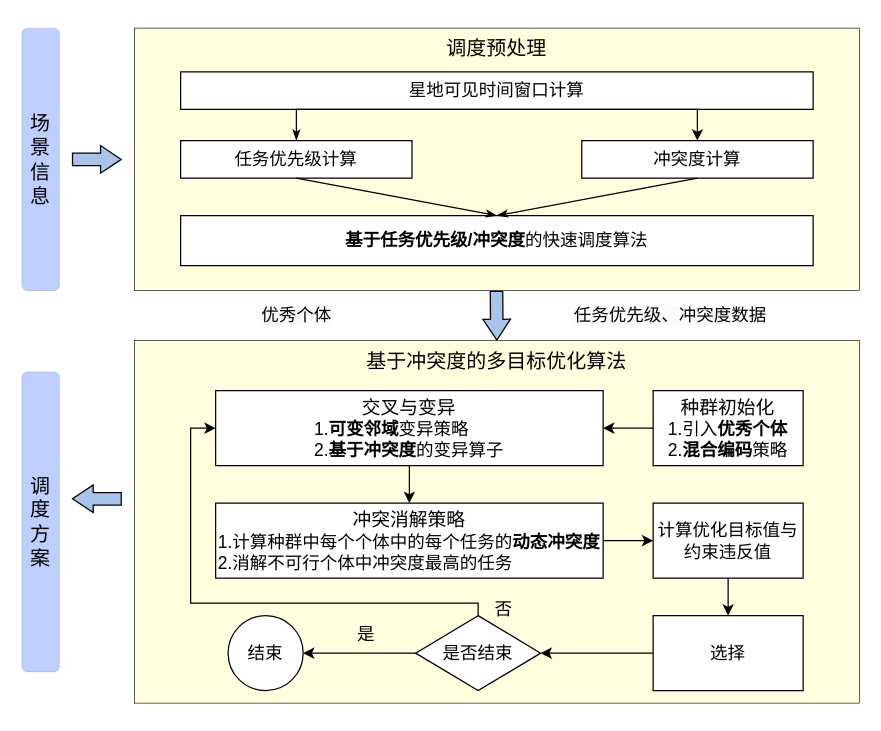
Above: 中文框架图.drawio in Kidulttt/drwaio (draw.io), before the change. Source tidied: cells renumbered, new cells numbered last; positions are measured from the earlier drawing's top-left corner, leaving out a move shared by most shapes. Both pictures are drawn from the tidied source at 125%, with x=0, y=0 at pixel (21, 28).
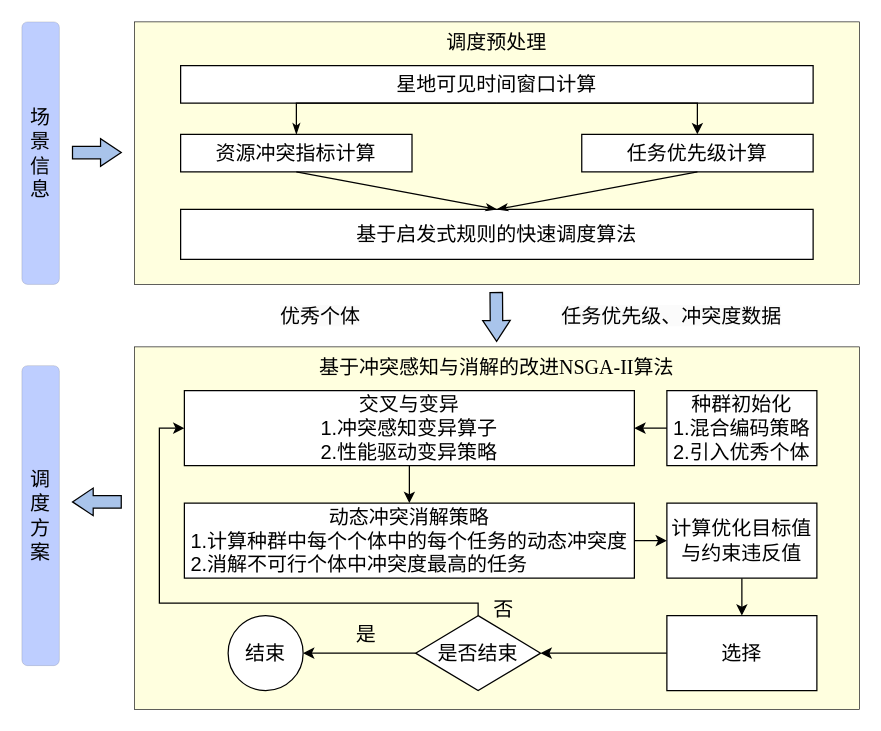
After the change.

Commit message:
更新中文框架图.drawio

Diff of the diagram source:
```diff
@@
     <mxCell id="2" value="场景信息" style="rounded=1;html=1;fillColor=#BECEFF;fontFamily=Helvetica;fontSize=16;strokeWidth=0;whiteSpace=wrap;labelBackgroundColor=none;horizontal=1;verticalAlign=middle;" parent="1" vertex="1">
-      <mxGeometry width="30" height="210" as="geometry" />
+      <mxGeometry y="-5" width="30" height="210" as="geometry" />
     </mxCell>
-    <mxCell id="3" style="shape=flexArrow;endArrow=classic;html=1;rounded=0;endWidth=11.03448275862069;endSize=5.186206896551724;fillColor=#A9C4EB;fontFamily=Helvetica;fontSize=14;" parent="1" edge="1">
+    <mxCell id="3" style="shape=flexArrow;endArrow=classic;html=1;rounded=0;endWidth=11.03448275862069;endSize=5.186206896551724;fillColor=#A9C4EB;fontFamily=Helvetica;fontSize=16;" parent="1" edge="1">
       <mxGeometry relative="1" as="geometry">
-        <mxPoint x="40" y="105" as="sourcePoint" />
-        <mxPoint x="80" y="105" as="targetPoint" />
+        <mxPoint x="40" y="99.5" as="sourcePoint" />
+        <mxPoint x="80" y="99.5" as="targetPoint" />
       </mxGeometry>
     </mxCell>
-    <mxCell id="4" style="shape=flexArrow;endArrow=classic;html=1;rounded=0;endWidth=11.03448275862069;endSize=5.186206896551724;fillColor=#A9C4EB;fontFamily=Helvetica;fontSize=14;" parent="1" edge="1">
+    <mxCell id="4" style="shape=flexArrow;endArrow=classic;html=1;rounded=0;endWidth=11.03448275862069;endSize=5.186206896551724;fillColor=#A9C4EB;fontFamily=Helvetica;fontSize=16;" parent="1" edge="1">
       <mxGeometry relative="1" as="geometry">
-        <mxPoint x="379.7" y="210" as="sourcePoint" />
-        <mxPoint x="380" y="250" as="targetPoint" />
+        <mxPoint x="379.5" y="211" as="sourcePoint" />
+        <mxPoint x="379.8" y="251" as="targetPoint" />
       </mxGeometry>
     </mxCell>
-    <mxCell id="5" value="&lt;span style=&quot;color: rgb(0, 0, 0); font-size: 14px; font-style: normal; font-variant-ligatures: normal; font-variant-caps: normal; font-weight: 400; letter-spacing: normal; orphans: 2; text-align: center; text-indent: 0px; text-transform: none; widows: 2; word-spacing: 0px; -webkit-text-stroke-width: 0px; background-color: rgb(251, 251, 251); text-decoration-thickness: initial; text-decoration-style: initial; text-decoration-color: initial; float: none; display: inline !important;&quot;&gt;优秀个体&lt;/span&gt;" style="text;whiteSpace=wrap;html=1;fontSize=14;verticalAlign=middle;fontFamily=Helvetica;" parent="1" vertex="1">
-      <mxGeometry x="190" y="210" width="140" height="40" as="geometry" />
+    <mxCell id="5" value="&lt;span style=&quot;color: rgb(0, 0, 0); font-size: 16px; font-style: normal; font-variant-ligatures: normal; font-variant-caps: normal; font-weight: 400; letter-spacing: normal; orphans: 2; text-align: center; text-indent: 0px; text-transform: none; widows: 2; word-spacing: 0px; -webkit-text-stroke-width: 0px; background-color: rgb(251, 251, 251); text-decoration-thickness: initial; text-decoration-style: initial; text-decoration-color: initial; float: none; display: inline !important;&quot;&gt;优秀个体&lt;/span&gt;" style="text;whiteSpace=wrap;html=1;fontSize=16;verticalAlign=middle;fontFamily=Helvetica;" parent="1" vertex="1">
+      <mxGeometry x="205" y="210" width="140" height="40" as="geometry" />
     </mxCell>
-    <mxCell id="6" value="&lt;span style=&quot;color: rgb(0, 0, 0); font-size: 14px; font-style: normal; font-variant-ligatures: normal; font-variant-caps: normal; font-weight: 400; letter-spacing: normal; orphans: 2; text-align: center; text-indent: 0px; text-transform: none; widows: 2; word-spacing: 0px; -webkit-text-stroke-width: 0px; background-color: rgb(251, 251, 251); text-decoration-thickness: initial; text-decoration-style: initial; text-decoration-color: initial; float: none; display: inline !important;&quot;&gt;任务优先级、冲突度数据&lt;/span&gt;" style="text;whiteSpace=wrap;html=1;fontSize=14;verticalAlign=middle;fontFamily=Helvetica;" parent="1" vertex="1">
-      <mxGeometry x="440" y="210" width="180" height="40" as="geometry" />
+    <mxCell id="6" value="&lt;span style=&quot;color: rgb(0, 0, 0); font-size: 16px; font-style: normal; font-variant-ligatures: normal; font-variant-caps: normal; font-weight: 400; letter-spacing: normal; orphans: 2; text-align: center; text-indent: 0px; text-transform: none; widows: 2; word-spacing: 0px; -webkit-text-stroke-width: 0px; background-color: rgb(251, 251, 251); text-decoration-thickness: initial; text-decoration-style: initial; text-decoration-color: initial; float: none; display: inline !important;&quot;&gt;任务优先级、冲突度数据&lt;/span&gt;" style="text;whiteSpace=wrap;html=1;fontSize=16;verticalAlign=middle;fontFamily=Helvetica;" parent="1" vertex="1">
+      <mxGeometry x="430" y="210" width="180" height="40" as="geometry" />
     </mxCell>
-    <mxCell id="7" style="group;fontSize=14;fontFamily=Helvetica;" parent="1" vertex="1">
-      <mxGeometry x="505" y="290" width="165" height="250" as="geometry" />
+    <mxCell id="7" style="group;fontSize=16;fontFamily=Helvetica;" parent="1" vertex="1">
+      <mxGeometry x="505" y="295" width="165" height="250" as="geometry" />
     </mxCell>
-    <mxCell id="8" value="&lt;font style=&quot;font-size: 16px;&quot;&gt;基于冲突度的多目标优化算法&lt;/font&gt;" style="rounded=0;whiteSpace=wrap;html=1;fillColor=#ffffdf;strokeWidth=0.5;fontFamily=Helvetica;fontSize=14;verticalAlign=top;" parent="7" vertex="1">
+    <mxCell id="8" value="&lt;span style=&quot;font-size: 16px;&quot;&gt;基于冲突感知与消解的改进&lt;font face=&quot;Times New Roman&quot;&gt;NSGA-II&lt;/font&gt;算法&lt;/span&gt;" style="rounded=0;whiteSpace=wrap;html=1;fillColor=#ffffdf;strokeWidth=0.5;fontFamily=Helvetica;fontSize=16;verticalAlign=top;" parent="7" vertex="1">
       <mxGeometry x="-415" y="-40" width="580" height="290" as="geometry" />
     </mxCell>
-    <mxCell id="9" value="&lt;font style=&quot;font-size: 15px;&quot;&gt;种群初始化&lt;/font&gt;&lt;br style=&quot;font-size: 14px;&quot;&gt;&lt;div style=&quot;text-align: left; font-size: 14px;&quot;&gt;&lt;span style=&quot;font-size: 14px; background-color: initial;&quot;&gt;1.引入&lt;b style=&quot;font-size: 14px;&quot;&gt;优秀个体&lt;/b&gt;&lt;/span&gt;&lt;/div&gt;&lt;font style=&quot;font-size: 14px;&quot;&gt;&lt;div style=&quot;text-align: left; font-size: 14px;&quot;&gt;&lt;span style=&quot;background-color: initial; font-size: 14px;&quot;&gt;2.&lt;b style=&quot;font-size: 14px;&quot;&gt;混合编码&lt;/b&gt;策略&lt;/span&gt;&lt;/div&gt;&lt;/font&gt;" style="rounded=0;whiteSpace=wrap;html=1;fontFamily=Helvetica;fontSize=14;verticalAlign=middle;" parent="7" vertex="1">
-      <mxGeometry width="120" height="60" as="geometry" />
+    <mxCell id="9" value="&lt;font style=&quot;font-size: 16px;&quot;&gt;种群初始化&lt;/font&gt;&lt;div style=&quot;font-size: 16px;&quot;&gt;&lt;span style=&quot;text-align: left; font-size: 16px;&quot;&gt;1.&lt;/span&gt;&lt;span style=&quot;text-align: left; font-size: 16px;&quot;&gt;混合编码&lt;/span&gt;&lt;span style=&quot;text-align: left; font-size: 16px;&quot;&gt;策略&lt;/span&gt;&lt;span style=&quot;font-size: 16px;&quot;&gt;&lt;br style=&quot;font-size: 16px;&quot;&gt;&lt;/span&gt;&lt;div style=&quot;text-align: left; font-size: 16px;&quot;&gt;&lt;span style=&quot;font-size: 16px; background-color: initial;&quot;&gt;2.引入&lt;span style=&quot;font-size: 16px;&quot;&gt;优秀个体&lt;/span&gt;&lt;/span&gt;&lt;/div&gt;&lt;/div&gt;" style="rounded=0;whiteSpace=wrap;html=1;fontFamily=Helvetica;fontSize=16;verticalAlign=middle;" parent="7" vertex="1">
+      <mxGeometry x="11" y="-5" width="120" height="60" as="geometry" />
     </mxCell>
-    <mxCell id="10" style="edgeStyle=orthogonalEdgeStyle;rounded=0;jettySize=auto;html=1;fontFamily=Helvetica;" parent="1" edge="1" source="11" target="32">
+    <mxCell id="10" style="edgeStyle=orthogonalEdgeStyle;rounded=0;jettySize=auto;html=1;fontFamily=Helvetica;fontSize=16;" parent="1" edge="1" source="11" target="32">
       <mxGeometry relative="1" as="geometry" />
     </mxCell>
-    <mxCell id="11" value="&lt;font style=&quot;font-size: 15px;&quot;&gt;交叉与变异&lt;/font&gt;&lt;br style=&quot;font-size: 14px;&quot;&gt;&lt;div style=&quot;text-align: left; font-size: 14px;&quot;&gt;&lt;span style=&quot;font-size: 14px; background-color: initial;&quot;&gt;1.&lt;b style=&quot;font-size: 14px;&quot;&gt;可变邻域&lt;/b&gt;变异策略&lt;/span&gt;&lt;/div&gt;&lt;font style=&quot;font-size: 14px;&quot;&gt;&lt;div style=&quot;text-align: left; font-size: 14px;&quot;&gt;&lt;span style=&quot;background-color: initial; font-size: 14px;&quot;&gt;2.&lt;b style=&quot;font-size: 14px;&quot;&gt;基于冲突度&lt;/b&gt;的变异算子&lt;/span&gt;&lt;/div&gt;&lt;/font&gt;" style="rounded=0;whiteSpace=wrap;html=1;fontFamily=Helvetica;fontSize=14;verticalAlign=middle;" parent="1" vertex="1">
-      <mxGeometry x="155" y="290" width="310" height="60" as="geometry" />
+    <mxCell id="11" value="&lt;font style=&quot;font-size: 16px;&quot;&gt;交叉与变异&lt;/font&gt;&lt;br style=&quot;font-size: 16px;&quot;&gt;&lt;div style=&quot;text-align: left; font-size: 16px;&quot;&gt;&lt;span style=&quot;font-size: 16px; background-color: initial;&quot;&gt;1.冲突感知变异算子&lt;/span&gt;&lt;/div&gt;&lt;font style=&quot;font-size: 16px;&quot;&gt;&lt;div style=&quot;text-align: left; font-size: 16px;&quot;&gt;&lt;span style=&quot;background-color: initial; font-size: 16px;&quot;&gt;2.性能驱动变异策略&lt;/span&gt;&lt;/div&gt;&lt;/font&gt;" style="rounded=0;whiteSpace=wrap;html=1;fontFamily=Helvetica;fontSize=16;verticalAlign=middle;" parent="1" vertex="1">
+      <mxGeometry x="130" y="290" width="360" height="60" as="geometry" />
     </mxCell>
-    <mxCell id="12" style="shape=flexArrow;endArrow=classic;html=1;rounded=0;endWidth=11.03448275862069;endSize=5.186206896551724;fillColor=#A9C4EB;fontFamily=Helvetica;fontSize=14;" parent="1" edge="1">
+    <mxCell id="12" style="shape=flexArrow;endArrow=classic;html=1;rounded=0;endWidth=11.03448275862069;endSize=5.186206896551724;fillColor=#A9C4EB;fontFamily=Helvetica;fontSize=16;" parent="1" edge="1">
       <mxGeometry relative="1" as="geometry">
-        <mxPoint x="80" y="376.5" as="sourcePoint" />
-        <mxPoint x="40" y="376.5" as="targetPoint" />
+        <mxPoint x="80" y="379" as="sourcePoint" />
+        <mxPoint x="40" y="379" as="targetPoint" />
       </mxGeometry>
     </mxCell>
     <mxCell id="13" value="调度方案" style="rounded=1;html=1;fillColor=#BECEFF;fontFamily=Helvetica;fontSize=16;strokeWidth=0;whiteSpace=wrap;labelBackgroundColor=none;horizontal=1;verticalAlign=middle;" parent="1" vertex="1">
-      <mxGeometry y="275" width="30" height="240" as="geometry" />
+      <mxGeometry y="270" width="30" height="240" as="geometry" />
     </mxCell>
-    <mxCell id="14" style="group;fontSize=14;fontFamily=Helvetica;" parent="1" vertex="1">
-      <mxGeometry x="90" width="580" height="210" as="geometry" />
+    <mxCell id="14" style="group;fontSize=16;fontFamily=Helvetica;" parent="1" vertex="1">
+      <mxGeometry x="90" y="-5" width="580" height="210" as="geometry" />
     </mxCell>
-    <mxCell id="15" value="&lt;font style=&quot;font-size: 16px;&quot;&gt;调度预处理&lt;/font&gt;" style="rounded=0;whiteSpace=wrap;html=1;fillColor=#ffffdf;strokeWidth=0.5;fontFamily=Helvetica;fontSize=14;verticalAlign=top;" parent="14" vertex="1">
+    <mxCell id="15" value="&lt;font style=&quot;font-size: 16px;&quot;&gt;调度预处理&lt;/font&gt;" style="rounded=0;whiteSpace=wrap;html=1;fillColor=#ffffdf;strokeWidth=0.5;fontFamily=Helvetica;fontSize=16;verticalAlign=top;" parent="14" vertex="1">
       <mxGeometry width="580" height="210" as="geometry" />
     </mxCell>
-    <mxCell id="16" value="星地可见时间窗口计算" style="rounded=0;whiteSpace=wrap;html=1;fontFamily=Helvetica;fontSize=14;" parent="14" vertex="1">
+    <mxCell id="16" value="星地可见时间窗口计算" style="rounded=0;whiteSpace=wrap;html=1;fontFamily=Helvetica;fontSize=16;" parent="14" vertex="1">
       <mxGeometry x="37" y="35" width="506" height="30" as="geometry" />
     </mxCell>
-    <mxCell id="17" value="任务优先级计算" style="rounded=0;whiteSpace=wrap;html=1;fontFamily=Helvetica;fontSize=14;" parent="14" vertex="1">
+    <mxCell id="17" value="资源冲突指标计算" style="rounded=0;whiteSpace=wrap;html=1;fontFamily=Helvetica;fontSize=16;" parent="14" vertex="1">
       <mxGeometry x="37" y="90" width="185.1" height="30" as="geometry" />
     </mxCell>
-    <mxCell id="18" style="edgeStyle=orthogonalEdgeStyle;rounded=0;jettySize=auto;html=1;exitX=0.5;exitY=1;exitDx=0;exitDy=0;endArrow=classicThin;endFill=1;fontFamily=Helvetica;fontSize=14;" parent="14" edge="1" source="16" target="17">
+    <mxCell id="18" style="edgeStyle=orthogonalEdgeStyle;rounded=0;jettySize=auto;html=1;exitX=0.5;exitY=1;exitDx=0;exitDy=0;endArrow=classicThin;endFill=1;fontFamily=Helvetica;fontSize=16;" parent="14" edge="1" source="16" target="17">
       <mxGeometry relative="1" as="geometry">
         <Array as="points">
           <mxPoint x="129.6" y="65" />
         </Array>
       </mxGeometry>
     </mxCell>
-    <mxCell id="19" value="冲突度计算" style="rounded=0;whiteSpace=wrap;html=1;fontFamily=Helvetica;fontSize=14;" parent="14" vertex="1">
+    <mxCell id="19" value="任务优先级计算" style="rounded=0;whiteSpace=wrap;html=1;fontFamily=Helvetica;fontSize=16;" parent="14" vertex="1">
       <mxGeometry x="357.9" y="90" width="185.1" height="30" as="geometry" />
     </mxCell>
-    <mxCell id="20" style="edgeStyle=orthogonalEdgeStyle;rounded=0;jettySize=auto;html=1;exitX=0.5;exitY=1;exitDx=0;exitDy=0;fontSize=14;fontFamily=Helvetica;" parent="14" edge="1" source="16" target="19">
+    <mxCell id="20" style="edgeStyle=orthogonalEdgeStyle;rounded=0;jettySize=auto;html=1;exitX=0.5;exitY=1;exitDx=0;exitDy=0;fontSize=16;fontFamily=Helvetica;" parent="14" edge="1" source="16" target="19">
       <mxGeometry relative="1" as="geometry">
         <Array as="points">
           <mxPoint x="450.4" y="65" />
         </Array>
       </mxGeometry>
     </mxCell>
-    <mxCell id="21" value="&lt;b style=&quot;font-size: 14px;&quot;&gt;基于任务优先级/冲突度&lt;/b&gt;的快速调度算法" style="rounded=0;whiteSpace=wrap;html=1;fontFamily=Helvetica;fontSize=14;" parent="14" vertex="1">
+    <mxCell id="21" value="&lt;span style=&quot;font-size: 16px;&quot;&gt;基于启发式规则&lt;/span&gt;的快速调度算法" style="rounded=0;whiteSpace=wrap;html=1;fontFamily=Helvetica;fontSize=16;" parent="14" vertex="1">
       <mxGeometry x="37" y="150" width="506" height="40" as="geometry" />
     </mxCell>
-    <mxCell id="22" style="rounded=0;jettySize=auto;html=1;exitX=0.5;exitY=1;exitDx=0;exitDy=0;entryX=0.5;entryY=0;entryDx=0;entryDy=0;endArrow=classicThin;endFill=1;fontFamily=Helvetica;fontSize=14;" parent="14" edge="1" source="17" target="21">
+    <mxCell id="22" style="rounded=0;jettySize=auto;html=1;exitX=0.5;exitY=1;exitDx=0;exitDy=0;entryX=0.5;entryY=0;entryDx=0;entryDy=0;endArrow=classicThin;endFill=1;fontFamily=Helvetica;fontSize=16;" parent="14" edge="1" source="17" target="21">
       <mxGeometry relative="1" as="geometry" />
     </mxCell>
-    <mxCell id="23" style="rounded=0;jettySize=auto;html=1;exitX=0.5;exitY=1;exitDx=0;exitDy=0;entryX=0.5;entryY=0;entryDx=0;entryDy=0;endArrow=classicThin;endFill=1;fontFamily=Helvetica;fontSize=14;" parent="14" edge="1" source="19" target="21">
+    <mxCell id="23" style="rounded=0;jettySize=auto;html=1;exitX=0.5;exitY=1;exitDx=0;exitDy=0;entryX=0.5;entryY=0;entryDx=0;entryDy=0;endArrow=classicThin;endFill=1;fontFamily=Helvetica;fontSize=16;" parent="14" edge="1" source="19" target="21">
       <mxGeometry relative="1" as="geometry" />
     </mxCell>
-    <mxCell id="24" style="edgeStyle=orthogonalEdgeStyle;rounded=0;jettySize=auto;html=1;entryX=0;entryY=0.5;entryDx=0;entryDy=0;fontFamily=Helvetica;" parent="1" edge="1" source="26" target="11">
+    <mxCell id="24" style="edgeStyle=orthogonalEdgeStyle;rounded=0;jettySize=auto;html=1;entryX=0;entryY=0.5;entryDx=0;entryDy=0;fontFamily=Helvetica;fontSize=16;" parent="1" edge="1" source="26" target="11">
       <mxGeometry relative="1" as="geometry">
         <Array as="points">
           <mxPoint x="365" y="460" />
-          <mxPoint x="135" y="460" />
-          <mxPoint x="135" y="320" />
+          <mxPoint x="110" y="460" />
+          <mxPoint x="110" y="320" />
         </Array>
       </mxGeometry>
     </mxCell>
-    <mxCell id="25" style="edgeStyle=orthogonalEdgeStyle;rounded=0;jettySize=auto;html=1;" parent="1" edge="1" source="26" target="34">
+    <mxCell id="25" style="edgeStyle=orthogonalEdgeStyle;rounded=0;jettySize=auto;html=1;fontSize=16;" parent="1" edge="1" source="26" target="34">
       <mxGeometry relative="1" as="geometry" />
     </mxCell>
-    <mxCell id="26" value="&lt;font style=&quot;font-size: 14px;&quot;&gt;是否结束&lt;/font&gt;" style="rhombus;whiteSpace=wrap;html=1;fontFamily=Helvetica;" parent="1" vertex="1">
+    <mxCell id="26" value="&lt;font style=&quot;font-size: 16px;&quot;&gt;是否结束&lt;/font&gt;" style="rhombus;whiteSpace=wrap;html=1;fontFamily=Helvetica;fontSize=16;" parent="1" vertex="1">
       <mxGeometry x="315" y="470" width="100" height="60" as="geometry" />
     </mxCell>
-    <mxCell id="27" style="edgeStyle=orthogonalEdgeStyle;rounded=0;jettySize=auto;html=1;fontFamily=Helvetica;" parent="1" edge="1" source="28" target="30">
+    <mxCell id="27" style="edgeStyle=orthogonalEdgeStyle;rounded=0;jettySize=auto;html=1;fontFamily=Helvetica;fontSize=16;" parent="1" edge="1" source="28" target="30">
       <mxGeometry relative="1" as="geometry" />
     </mxCell>
-    <mxCell id="28" value="计算优化目标值与约束违反值" style="whiteSpace=wrap;html=1;fontSize=14;fontFamily=Helvetica;verticalAlign=middle;rounded=0;" parent="1" vertex="1">
-      <mxGeometry x="505" y="380" width="120" height="60" as="geometry" />
+    <mxCell id="28" value="计算优化目标值与约束违反值" style="whiteSpace=wrap;html=1;fontSize=16;fontFamily=Helvetica;verticalAlign=middle;rounded=0;" parent="1" vertex="1">
+      <mxGeometry x="516" y="380" width="120" height="60" as="geometry" />
     </mxCell>
-    <mxCell id="29" style="edgeStyle=orthogonalEdgeStyle;rounded=0;jettySize=auto;html=1;fontFamily=Helvetica;" parent="1" edge="1" source="30" target="26">
+    <mxCell id="29" style="edgeStyle=orthogonalEdgeStyle;rounded=0;jettySize=auto;html=1;fontFamily=Helvetica;fontSize=16;" parent="1" edge="1" source="30" target="26">
       <mxGeometry relative="1" as="geometry" />
     </mxCell>
-    <mxCell id="30" value="选择" style="whiteSpace=wrap;html=1;fontSize=14;fontFamily=Helvetica;verticalAlign=middle;rounded=0;horizontal=1;" parent="1" vertex="1">
-      <mxGeometry x="505" y="470" width="120" height="60" as="geometry" />
+    <mxCell id="30" value="选择" style="whiteSpace=wrap;html=1;fontSize=16;fontFamily=Helvetica;verticalAlign=middle;rounded=0;horizontal=1;" parent="1" vertex="1">
+      <mxGeometry x="516" y="470" width="120" height="60" as="geometry" />
     </mxCell>
-    <mxCell id="31" style="edgeStyle=orthogonalEdgeStyle;rounded=0;jettySize=auto;html=1;fontFamily=Helvetica;" parent="1" edge="1" source="32" target="28">
+    <mxCell id="31" style="edgeStyle=orthogonalEdgeStyle;rounded=0;jettySize=auto;html=1;fontFamily=Helvetica;fontSize=16;" parent="1" edge="1" source="32" target="28">
       <mxGeometry relative="1" as="geometry" />
     </mxCell>
-    <mxCell id="32" value="&lt;font style=&quot;font-size: 15px;&quot;&gt;冲突消解策略&lt;/font&gt;&lt;br style=&quot;font-size: 14px;&quot;&gt;1.计算种群中每个个体中的每个任务的&lt;b style=&quot;font-size: 14px;&quot;&gt;动态冲突度&lt;/b&gt;&lt;br style=&quot;font-size: 14px;&quot;&gt;2.消解不可行个体中冲突度最高的任务&amp;nbsp; &amp;nbsp; &amp;nbsp; &amp;nbsp; &amp;nbsp; &amp;nbsp; &amp;nbsp; &amp;nbsp; &amp;nbsp;&amp;nbsp;" style="rounded=0;whiteSpace=wrap;html=1;fontFamily=Helvetica;fontSize=14;verticalAlign=middle;" parent="1" vertex="1">
-      <mxGeometry x="155" y="380" width="310" height="60" as="geometry" />
+    <mxCell id="32" value="&lt;font style=&quot;font-size: 16px;&quot;&gt;动态冲突消解策略&lt;/font&gt;&lt;br style=&quot;font-size: 16px;&quot;&gt;1.计算种群中每个个体中的每个任务的&lt;span style=&quot;font-size: 16px;&quot;&gt;动态冲突度&lt;/span&gt;&lt;br style=&quot;font-size: 16px;&quot;&gt;2.消解不可行个体中冲突度最高的任务&amp;nbsp; &amp;nbsp; &amp;nbsp; &amp;nbsp; &amp;nbsp; &amp;nbsp; &amp;nbsp; &amp;nbsp; &amp;nbsp;&amp;nbsp;" style="rounded=0;whiteSpace=wrap;html=1;fontFamily=Helvetica;fontSize=16;verticalAlign=middle;" parent="1" vertex="1">
+      <mxGeometry x="130" y="380" width="360" height="60" as="geometry" />
     </mxCell>
-    <mxCell id="33" style="edgeStyle=orthogonalEdgeStyle;rounded=0;jettySize=auto;html=1;fontFamily=Helvetica;" parent="1" edge="1" source="9" target="11">
+    <mxCell id="33" style="edgeStyle=orthogonalEdgeStyle;rounded=0;jettySize=auto;html=1;fontFamily=Helvetica;fontSize=16;" parent="1" edge="1" source="9" target="11">
       <mxGeometry relative="1" as="geometry" />
     </mxCell>
-    <mxCell id="34" value="&lt;font style=&quot;font-size: 14px;&quot;&gt;结束&lt;/font&gt;" style="strokeWidth=1;html=1;shape=mxgraph.flowchart.start_2;whiteSpace=wrap;" parent="1" vertex="1">
+    <mxCell id="34" value="&lt;font style=&quot;font-size: 16px;&quot;&gt;结束&lt;/font&gt;" style="strokeWidth=1;html=1;shape=mxgraph.flowchart.start_2;whiteSpace=wrap;fontSize=16;" parent="1" vertex="1">
       <mxGeometry x="165" y="470" width="60" height="60" as="geometry" />
     </mxCell>
-    <mxCell id="35" value="是" style="text;html=1;align=center;verticalAlign=middle;strokeColor=none;fillColor=none;fontSize=14;" parent="1" vertex="1">
+    <mxCell id="35" value="是" style="text;html=1;align=center;verticalAlign=middle;strokeColor=none;fillColor=none;fontSize=16;" parent="1" vertex="1">
       <mxGeometry x="255" y="470" width="40" height="30" as="geometry" />
     </mxCell>
-    <mxCell id="36" value="否" style="text;html=1;align=center;verticalAlign=middle;strokeColor=none;fillColor=none;fontSize=14;" parent="1" vertex="1">
+    <mxCell id="36" value="否" style="text;html=1;align=center;verticalAlign=middle;strokeColor=none;fillColor=none;fontSize=16;" parent="1" vertex="1">
       <mxGeometry x="365" y="450" width="40" height="30" as="geometry" />
     </mxCell>
```
